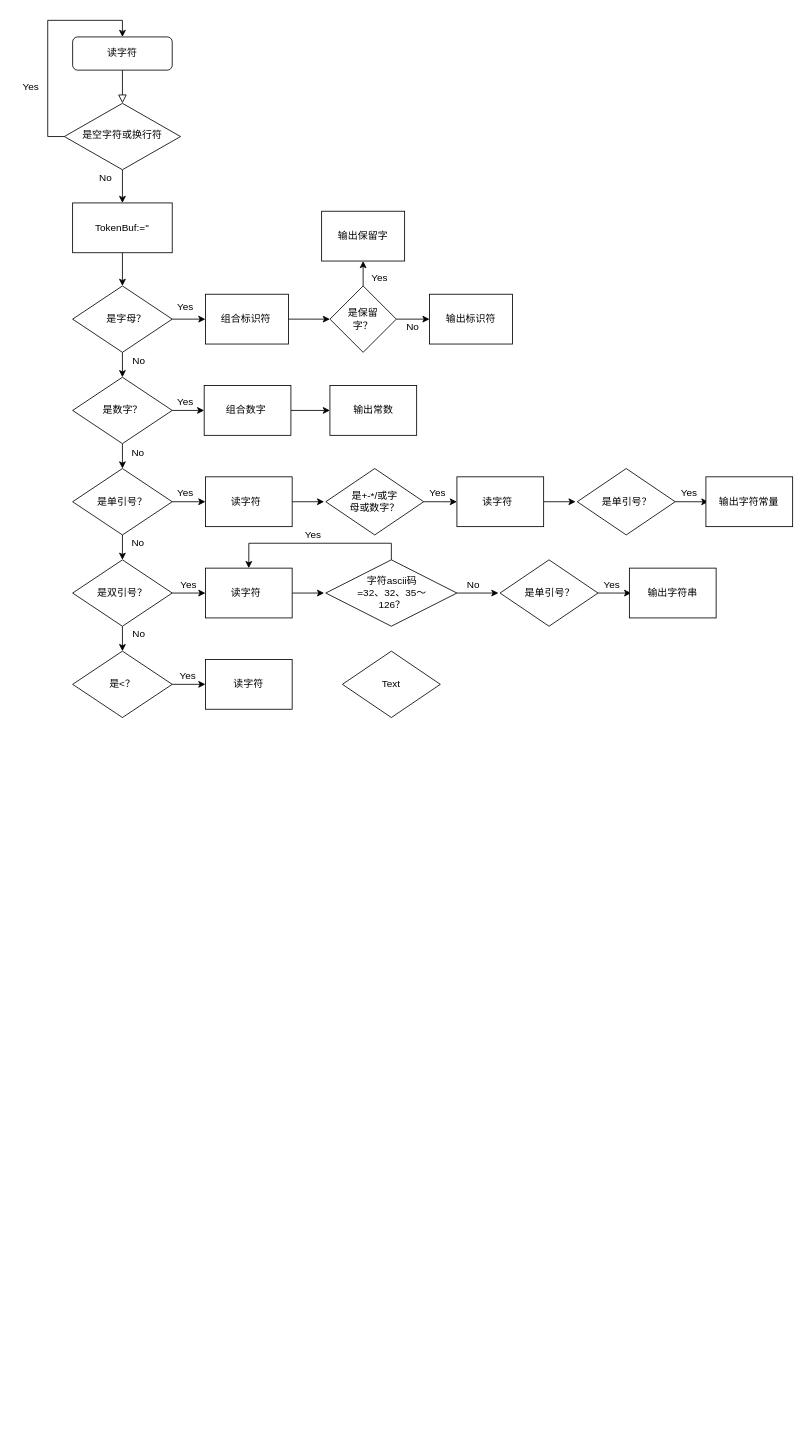
ljh0v0/test keeps this draw.io diagram as Untitled Diagram.drawio. Above is the earlier version. Source tidied: cells renumbered, new cells numbered last; positions are measured from the earlier drawing's top-left corner, leaving out a move shared by most shapes. Both pictures are drawn from the tidied source at 83%, with x=0, y=0 at pixel (14, 20).
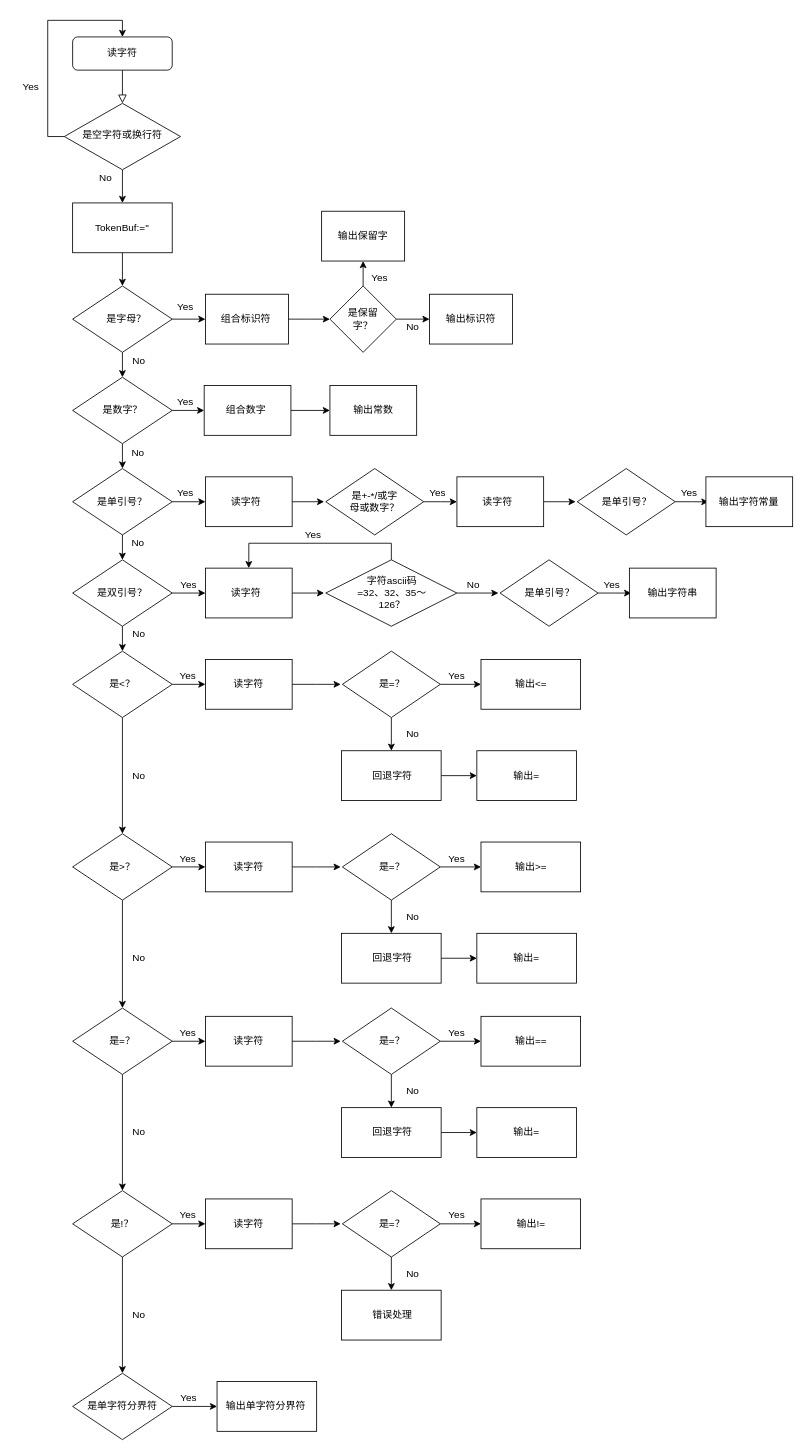
The same diagram, later.

Unchanged cells that the change refers to:
```xml
<mxCell id="84" style="rhombus;whiteSpace=wrap;html=1;" parent="1" vertex="1">
  <mxGeometry x="70" y="760" width="120" height="80" as="geometry" />
</mxCell>
<mxCell id="87" style="rounded=0;whiteSpace=wrap;html=1;" parent="1" vertex="1">
  <mxGeometry x="230" y="770" width="104.5" height="60" as="geometry" />
</mxCell>
<mxCell id="91" style="rhombus;whiteSpace=wrap;html=1;" parent="1" vertex="1">
  <mxGeometry x="395" y="760" width="118" height="80" as="geometry" />
</mxCell>
```

The edit, as a diff of the source:
```diff
@@
+    <mxCell id="93" style="edgeStyle=orthogonalEdgeStyle;rounded=0;jettySize=auto;html=1;exitX=0.5;exitY=1;exitDx=0;exitDy=0;entryX=0.5;entryY=0;entryDx=0;entryDy=0;" parent="1" edge="1" source="84" target="109">
+      <mxGeometry relative="1" as="geometry" />
+    </mxCell>
@@
+    <mxCell id="94" style="edgeStyle=orthogonalEdgeStyle;rounded=0;jettySize=auto;html=1;exitX=1;exitY=0.5;exitDx=0;exitDy=0;" parent="1" edge="1" source="87">
+      <mxGeometry relative="1" as="geometry">
+        <mxPoint x="393" y="800" as="targetPoint" />
+      </mxGeometry>
+    </mxCell>
@@
+    <mxCell id="95" style="edgeStyle=orthogonalEdgeStyle;rounded=0;jettySize=auto;html=1;exitX=1;exitY=0.5;exitDx=0;exitDy=0;entryX=0;entryY=0.5;entryDx=0;entryDy=0;" parent="1" edge="1" source="91" target="98">
+      <mxGeometry relative="1" as="geometry" />
+    </mxCell>
+    <mxCell id="96" style="edgeStyle=orthogonalEdgeStyle;rounded=0;jettySize=auto;html=1;exitX=0.5;exitY=1;exitDx=0;exitDy=0;entryX=0.5;entryY=0;entryDx=0;entryDy=0;" parent="1" edge="1" source="91" target="102">
+      <mxGeometry relative="1" as="geometry" />
+    </mxCell>
@@
-    <mxCell id="92" value="Text" style="text;html=1;strokeColor=none;fillColor=none;align=center;verticalAlign=middle;whiteSpace=wrap;rounded=0;" parent="1" vertex="1">
-      <mxGeometry x="434" y="740" width="40" height="120" as="geometry" />
-    </mxCell>
+    <mxCell id="97" value="是=？" style="text;html=1;strokeColor=none;fillColor=none;align=center;verticalAlign=middle;whiteSpace=wrap;rounded=0;" parent="1" vertex="1">
+      <mxGeometry x="435" y="790" width="40" height="20" as="geometry" />
+    </mxCell>
+    <mxCell id="98" style="rounded=0;whiteSpace=wrap;html=1;" parent="1" vertex="1">
+      <mxGeometry x="562" y="770" width="120" height="60" as="geometry" />
+    </mxCell>
+    <mxCell id="99" value="输出&amp;lt;=" style="text;html=1;strokeColor=none;fillColor=none;align=center;verticalAlign=middle;whiteSpace=wrap;rounded=0;" parent="1" vertex="1">
+      <mxGeometry x="590.5" y="790" width="63" height="20" as="geometry" />
+    </mxCell>
+    <mxCell id="100" value="Yes" style="text;html=1;strokeColor=none;fillColor=none;align=center;verticalAlign=middle;whiteSpace=wrap;rounded=0;" parent="1" vertex="1">
+      <mxGeometry x="513" y="780" width="40" height="20" as="geometry" />
+    </mxCell>
+    <mxCell id="101" style="edgeStyle=orthogonalEdgeStyle;rounded=0;jettySize=auto;html=1;exitX=1;exitY=0.5;exitDx=0;exitDy=0;entryX=0;entryY=0.5;entryDx=0;entryDy=0;" parent="1" edge="1" source="102" target="105">
+      <mxGeometry relative="1" as="geometry" />
+    </mxCell>
+    <mxCell id="102" style="rounded=0;whiteSpace=wrap;html=1;" parent="1" vertex="1">
+      <mxGeometry x="394" y="880" width="120" height="60" as="geometry" />
+    </mxCell>
+    <mxCell id="103" value="回退字符" style="text;html=1;strokeColor=none;fillColor=none;align=center;verticalAlign=middle;whiteSpace=wrap;rounded=0;" parent="1" vertex="1">
+      <mxGeometry x="423.5" y="900" width="63" height="20" as="geometry" />
+    </mxCell>
+    <mxCell id="104" value="No" style="text;html=1;strokeColor=none;fillColor=none;align=center;verticalAlign=middle;whiteSpace=wrap;rounded=0;" parent="1" vertex="1">
+      <mxGeometry x="460" y="850" width="40" height="20" as="geometry" />
+    </mxCell>
+    <mxCell id="105" style="rounded=0;whiteSpace=wrap;html=1;" parent="1" vertex="1">
+      <mxGeometry x="557" y="880" width="120" height="60" as="geometry" />
+    </mxCell>
+    <mxCell id="106" value="输出=" style="text;html=1;strokeColor=none;fillColor=none;align=center;verticalAlign=middle;whiteSpace=wrap;rounded=0;" parent="1" vertex="1">
+      <mxGeometry x="597" y="900" width="40" height="20" as="geometry" />
+    </mxCell>
+    <mxCell id="107" style="edgeStyle=orthogonalEdgeStyle;rounded=0;jettySize=auto;html=1;exitX=1;exitY=0.5;exitDx=0;exitDy=0;entryX=0;entryY=0.5;entryDx=0;entryDy=0;" parent="1" edge="1" source="109" target="112">
+      <mxGeometry relative="1" as="geometry" />
+    </mxCell>
+    <mxCell id="108" style="edgeStyle=orthogonalEdgeStyle;rounded=0;jettySize=auto;html=1;exitX=0.5;exitY=1;exitDx=0;exitDy=0;entryX=0.5;entryY=0;entryDx=0;entryDy=0;" parent="1" edge="1" source="109" target="131">
+      <mxGeometry relative="1" as="geometry" />
+    </mxCell>
+    <mxCell id="109" style="rhombus;whiteSpace=wrap;html=1;" parent="1" vertex="1">
+      <mxGeometry x="70" y="980" width="120" height="80" as="geometry" />
+    </mxCell>
+    <mxCell id="110" value="是&amp;gt;？" style="text;html=1;strokeColor=none;fillColor=none;align=center;verticalAlign=middle;whiteSpace=wrap;rounded=0;" parent="1" vertex="1">
+      <mxGeometry x="95" y="1010" width="70" height="20" as="geometry" />
+    </mxCell>
+    <mxCell id="111" style="edgeStyle=orthogonalEdgeStyle;rounded=0;jettySize=auto;html=1;exitX=1;exitY=0.5;exitDx=0;exitDy=0;" parent="1" edge="1" source="112">
+      <mxGeometry relative="1" as="geometry">
+        <mxPoint x="393" y="1020" as="targetPoint" />
+      </mxGeometry>
+    </mxCell>
+    <mxCell id="112" style="rounded=0;whiteSpace=wrap;html=1;" parent="1" vertex="1">
+      <mxGeometry x="230" y="990" width="104.5" height="60" as="geometry" />
+    </mxCell>
+    <mxCell id="113" value="读字符" style="text;html=1;strokeColor=none;fillColor=none;align=center;verticalAlign=middle;whiteSpace=wrap;rounded=0;" parent="1" vertex="1">
+      <mxGeometry x="262.2" y="1010" width="40" height="20" as="geometry" />
+    </mxCell>
+    <mxCell id="114" value="Yes" style="text;html=1;strokeColor=none;fillColor=none;align=center;verticalAlign=middle;whiteSpace=wrap;rounded=0;" parent="1" vertex="1">
+      <mxGeometry x="188.5" y="1000" width="40" height="20" as="geometry" />
+    </mxCell>
+    <mxCell id="115" style="edgeStyle=orthogonalEdgeStyle;rounded=0;jettySize=auto;html=1;exitX=1;exitY=0.5;exitDx=0;exitDy=0;entryX=0;entryY=0.5;entryDx=0;entryDy=0;" parent="1" edge="1" source="117" target="119">
+      <mxGeometry relative="1" as="geometry" />
+    </mxCell>
+    <mxCell id="116" style="edgeStyle=orthogonalEdgeStyle;rounded=0;jettySize=auto;html=1;exitX=0.5;exitY=1;exitDx=0;exitDy=0;entryX=0.5;entryY=0;entryDx=0;entryDy=0;" parent="1" edge="1" source="117" target="123">
+      <mxGeometry relative="1" as="geometry" />
+    </mxCell>
+    <mxCell id="117" style="rhombus;whiteSpace=wrap;html=1;" parent="1" vertex="1">
+      <mxGeometry x="395" y="980" width="118" height="80" as="geometry" />
+    </mxCell>
+    <mxCell id="118" value="是=？" style="text;html=1;strokeColor=none;fillColor=none;align=center;verticalAlign=middle;whiteSpace=wrap;rounded=0;" parent="1" vertex="1">
+      <mxGeometry x="435" y="1010" width="40" height="20" as="geometry" />
+    </mxCell>
+    <mxCell id="119" style="rounded=0;whiteSpace=wrap;html=1;" parent="1" vertex="1">
+      <mxGeometry x="562" y="990" width="120" height="60" as="geometry" />
+    </mxCell>
+    <mxCell id="120" value="输出&amp;gt;=" style="text;html=1;strokeColor=none;fillColor=none;align=center;verticalAlign=middle;whiteSpace=wrap;rounded=0;" parent="1" vertex="1">
+      <mxGeometry x="590.5" y="1010" width="63" height="20" as="geometry" />
+    </mxCell>
+    <mxCell id="121" value="Yes" style="text;html=1;strokeColor=none;fillColor=none;align=center;verticalAlign=middle;whiteSpace=wrap;rounded=0;" parent="1" vertex="1">
+      <mxGeometry x="513" y="1000" width="40" height="20" as="geometry" />
+    </mxCell>
+    <mxCell id="122" style="edgeStyle=orthogonalEdgeStyle;rounded=0;jettySize=auto;html=1;exitX=1;exitY=0.5;exitDx=0;exitDy=0;entryX=0;entryY=0.5;entryDx=0;entryDy=0;" parent="1" edge="1" source="123" target="126">
+      <mxGeometry relative="1" as="geometry" />
+    </mxCell>
+    <mxCell id="123" style="rounded=0;whiteSpace=wrap;html=1;" parent="1" vertex="1">
+      <mxGeometry x="394" y="1100" width="120" height="60" as="geometry" />
+    </mxCell>
+    <mxCell id="124" value="回退字符" style="text;html=1;strokeColor=none;fillColor=none;align=center;verticalAlign=middle;whiteSpace=wrap;rounded=0;" parent="1" vertex="1">
+      <mxGeometry x="423.5" y="1120" width="63" height="20" as="geometry" />
+    </mxCell>
+    <mxCell id="125" value="No" style="text;html=1;strokeColor=none;fillColor=none;align=center;verticalAlign=middle;whiteSpace=wrap;rounded=0;" parent="1" vertex="1">
+      <mxGeometry x="460" y="1070" width="40" height="20" as="geometry" />
+    </mxCell>
+    <mxCell id="126" style="rounded=0;whiteSpace=wrap;html=1;" parent="1" vertex="1">
+      <mxGeometry x="557" y="1100" width="120" height="60" as="geometry" />
+    </mxCell>
+    <mxCell id="127" value="输出=" style="text;html=1;strokeColor=none;fillColor=none;align=center;verticalAlign=middle;whiteSpace=wrap;rounded=0;" parent="1" vertex="1">
+      <mxGeometry x="597" y="1120" width="40" height="20" as="geometry" />
+    </mxCell>
+    <mxCell id="128" value="No" style="text;html=1;strokeColor=none;fillColor=none;align=center;verticalAlign=middle;whiteSpace=wrap;rounded=0;" parent="1" vertex="1">
+      <mxGeometry x="130" y="900" width="40" height="20" as="geometry" />
+    </mxCell>
+    <mxCell id="129" style="edgeStyle=orthogonalEdgeStyle;rounded=0;jettySize=auto;html=1;exitX=1;exitY=0.5;exitDx=0;exitDy=0;entryX=0;entryY=0.5;entryDx=0;entryDy=0;" parent="1" edge="1" source="131" target="134">
+      <mxGeometry relative="1" as="geometry" />
+    </mxCell>
+    <mxCell id="130" style="edgeStyle=orthogonalEdgeStyle;rounded=0;jettySize=auto;html=1;exitX=0.5;exitY=1;exitDx=0;exitDy=0;entryX=0.5;entryY=0;entryDx=0;entryDy=0;" parent="1" edge="1" source="131" target="153">
+      <mxGeometry relative="1" as="geometry" />
+    </mxCell>
+    <mxCell id="131" style="rhombus;whiteSpace=wrap;html=1;" parent="1" vertex="1">
+      <mxGeometry x="70" y="1190" width="120" height="80" as="geometry" />
+    </mxCell>
+    <mxCell id="132" value="是=？" style="text;html=1;strokeColor=none;fillColor=none;align=center;verticalAlign=middle;whiteSpace=wrap;rounded=0;" parent="1" vertex="1">
+      <mxGeometry x="95" y="1220" width="70" height="20" as="geometry" />
+    </mxCell>
+    <mxCell id="133" style="edgeStyle=orthogonalEdgeStyle;rounded=0;jettySize=auto;html=1;exitX=1;exitY=0.5;exitDx=0;exitDy=0;" parent="1" edge="1" source="134">
+      <mxGeometry relative="1" as="geometry">
+        <mxPoint x="393" y="1230" as="targetPoint" />
+      </mxGeometry>
+    </mxCell>
+    <mxCell id="134" style="rounded=0;whiteSpace=wrap;html=1;" parent="1" vertex="1">
+      <mxGeometry x="230" y="1200" width="104.5" height="60" as="geometry" />
+    </mxCell>
+    <mxCell id="135" value="读字符" style="text;html=1;strokeColor=none;fillColor=none;align=center;verticalAlign=middle;whiteSpace=wrap;rounded=0;" parent="1" vertex="1">
+      <mxGeometry x="262.2" y="1220" width="40" height="20" as="geometry" />
+    </mxCell>
+    <mxCell id="136" value="Yes" style="text;html=1;strokeColor=none;fillColor=none;align=center;verticalAlign=middle;whiteSpace=wrap;rounded=0;" parent="1" vertex="1">
+      <mxGeometry x="188.5" y="1210" width="40" height="20" as="geometry" />
+    </mxCell>
+    <mxCell id="137" style="edgeStyle=orthogonalEdgeStyle;rounded=0;jettySize=auto;html=1;exitX=1;exitY=0.5;exitDx=0;exitDy=0;entryX=0;entryY=0.5;entryDx=0;entryDy=0;" parent="1" edge="1" source="139" target="141">
+      <mxGeometry relative="1" as="geometry" />
+    </mxCell>
+    <mxCell id="138" style="edgeStyle=orthogonalEdgeStyle;rounded=0;jettySize=auto;html=1;exitX=0.5;exitY=1;exitDx=0;exitDy=0;entryX=0.5;entryY=0;entryDx=0;entryDy=0;" parent="1" edge="1" source="139" target="145">
+      <mxGeometry relative="1" as="geometry" />
+    </mxCell>
+    <mxCell id="139" style="rhombus;whiteSpace=wrap;html=1;" parent="1" vertex="1">
+      <mxGeometry x="395" y="1190" width="118" height="80" as="geometry" />
+    </mxCell>
+    <mxCell id="140" value="是=？" style="text;html=1;strokeColor=none;fillColor=none;align=center;verticalAlign=middle;whiteSpace=wrap;rounded=0;" parent="1" vertex="1">
+      <mxGeometry x="435" y="1220" width="40" height="20" as="geometry" />
+    </mxCell>
+    <mxCell id="141" style="rounded=0;whiteSpace=wrap;html=1;" parent="1" vertex="1">
+      <mxGeometry x="562" y="1200" width="120" height="60" as="geometry" />
+    </mxCell>
+    <mxCell id="142" value="输出==" style="text;html=1;strokeColor=none;fillColor=none;align=center;verticalAlign=middle;whiteSpace=wrap;rounded=0;" parent="1" vertex="1">
+      <mxGeometry x="590.5" y="1220" width="63" height="20" as="geometry" />
+    </mxCell>
+    <mxCell id="143" value="Yes" style="text;html=1;strokeColor=none;fillColor=none;align=center;verticalAlign=middle;whiteSpace=wrap;rounded=0;" parent="1" vertex="1">
+      <mxGeometry x="513" y="1210" width="40" height="20" as="geometry" />
+    </mxCell>
+    <mxCell id="144" style="edgeStyle=orthogonalEdgeStyle;rounded=0;jettySize=auto;html=1;exitX=1;exitY=0.5;exitDx=0;exitDy=0;entryX=0;entryY=0.5;entryDx=0;entryDy=0;" parent="1" edge="1" source="145" target="148">
+      <mxGeometry relative="1" as="geometry" />
+    </mxCell>
+    <mxCell id="145" style="rounded=0;whiteSpace=wrap;html=1;" parent="1" vertex="1">
+      <mxGeometry x="394" y="1310" width="120" height="60" as="geometry" />
+    </mxCell>
+    <mxCell id="146" value="回退字符" style="text;html=1;strokeColor=none;fillColor=none;align=center;verticalAlign=middle;whiteSpace=wrap;rounded=0;" parent="1" vertex="1">
+      <mxGeometry x="423.5" y="1330" width="63" height="20" as="geometry" />
+    </mxCell>
+    <mxCell id="147" value="No" style="text;html=1;strokeColor=none;fillColor=none;align=center;verticalAlign=middle;whiteSpace=wrap;rounded=0;" parent="1" vertex="1">
+      <mxGeometry x="460" y="1280" width="40" height="20" as="geometry" />
+    </mxCell>
+    <mxCell id="148" style="rounded=0;whiteSpace=wrap;html=1;" parent="1" vertex="1">
+      <mxGeometry x="557" y="1310" width="120" height="60" as="geometry" />
+    </mxCell>
+    <mxCell id="149" value="输出=" style="text;html=1;strokeColor=none;fillColor=none;align=center;verticalAlign=middle;whiteSpace=wrap;rounded=0;" parent="1" vertex="1">
+      <mxGeometry x="597" y="1330" width="40" height="20" as="geometry" />
+    </mxCell>
+    <mxCell id="150" value="No" style="text;html=1;strokeColor=none;fillColor=none;align=center;verticalAlign=middle;whiteSpace=wrap;rounded=0;" parent="1" vertex="1">
+      <mxGeometry x="130" y="1120" width="40" height="20" as="geometry" />
+    </mxCell>
+    <mxCell id="151" style="edgeStyle=orthogonalEdgeStyle;rounded=0;jettySize=auto;html=1;exitX=1;exitY=0.5;exitDx=0;exitDy=0;entryX=0;entryY=0.5;entryDx=0;entryDy=0;" parent="1" edge="1" source="153" target="156">
+      <mxGeometry relative="1" as="geometry" />
+    </mxCell>
+    <mxCell id="152" style="edgeStyle=orthogonalEdgeStyle;rounded=0;jettySize=auto;html=1;exitX=0.5;exitY=1;exitDx=0;exitDy=0;entryX=0.5;entryY=0;entryDx=0;entryDy=0;" parent="1" edge="1" source="153" target="171">
+      <mxGeometry relative="1" as="geometry" />
+    </mxCell>
+    <mxCell id="153" style="rhombus;whiteSpace=wrap;html=1;" parent="1" vertex="1">
+      <mxGeometry x="70" y="1410" width="120" height="80" as="geometry" />
+    </mxCell>
+    <mxCell id="154" value="是!？" style="text;html=1;strokeColor=none;fillColor=none;align=center;verticalAlign=middle;whiteSpace=wrap;rounded=0;" parent="1" vertex="1">
+      <mxGeometry x="95" y="1440" width="70" height="20" as="geometry" />
+    </mxCell>
+    <mxCell id="155" style="edgeStyle=orthogonalEdgeStyle;rounded=0;jettySize=auto;html=1;exitX=1;exitY=0.5;exitDx=0;exitDy=0;" parent="1" edge="1" source="156">
+      <mxGeometry relative="1" as="geometry">
+        <mxPoint x="393" y="1450" as="targetPoint" />
+      </mxGeometry>
+    </mxCell>
+    <mxCell id="156" style="rounded=0;whiteSpace=wrap;html=1;" parent="1" vertex="1">
+      <mxGeometry x="230" y="1420" width="104.5" height="60" as="geometry" />
+    </mxCell>
+    <mxCell id="157" value="读字符" style="text;html=1;strokeColor=none;fillColor=none;align=center;verticalAlign=middle;whiteSpace=wrap;rounded=0;" parent="1" vertex="1">
+      <mxGeometry x="262.2" y="1440" width="40" height="20" as="geometry" />
+    </mxCell>
+    <mxCell id="158" value="Yes" style="text;html=1;strokeColor=none;fillColor=none;align=center;verticalAlign=middle;whiteSpace=wrap;rounded=0;" parent="1" vertex="1">
+      <mxGeometry x="188.5" y="1430" width="40" height="20" as="geometry" />
+    </mxCell>
+    <mxCell id="159" style="edgeStyle=orthogonalEdgeStyle;rounded=0;jettySize=auto;html=1;exitX=1;exitY=0.5;exitDx=0;exitDy=0;entryX=0;entryY=0.5;entryDx=0;entryDy=0;" parent="1" edge="1" source="161" target="163">
+      <mxGeometry relative="1" as="geometry" />
+    </mxCell>
+    <mxCell id="160" style="edgeStyle=orthogonalEdgeStyle;rounded=0;jettySize=auto;html=1;exitX=0.5;exitY=1;exitDx=0;exitDy=0;entryX=0.5;entryY=0;entryDx=0;entryDy=0;" parent="1" edge="1" source="161" target="166">
+      <mxGeometry relative="1" as="geometry" />
+    </mxCell>
+    <mxCell id="161" style="rhombus;whiteSpace=wrap;html=1;" parent="1" vertex="1">
+      <mxGeometry x="395" y="1410" width="118" height="80" as="geometry" />
+    </mxCell>
+    <mxCell id="162" value="是=？" style="text;html=1;strokeColor=none;fillColor=none;align=center;verticalAlign=middle;whiteSpace=wrap;rounded=0;" parent="1" vertex="1">
+      <mxGeometry x="435" y="1440" width="40" height="20" as="geometry" />
+    </mxCell>
+    <mxCell id="163" style="rounded=0;whiteSpace=wrap;html=1;" parent="1" vertex="1">
+      <mxGeometry x="562" y="1420" width="120" height="60" as="geometry" />
+    </mxCell>
+    <mxCell id="164" value="输出!=" style="text;html=1;strokeColor=none;fillColor=none;align=center;verticalAlign=middle;whiteSpace=wrap;rounded=0;" parent="1" vertex="1">
+      <mxGeometry x="590.5" y="1440" width="63" height="20" as="geometry" />
+    </mxCell>
+    <mxCell id="165" value="Yes" style="text;html=1;strokeColor=none;fillColor=none;align=center;verticalAlign=middle;whiteSpace=wrap;rounded=0;" parent="1" vertex="1">
+      <mxGeometry x="513" y="1430" width="40" height="20" as="geometry" />
+    </mxCell>
+    <mxCell id="166" style="rounded=0;whiteSpace=wrap;html=1;" parent="1" vertex="1">
+      <mxGeometry x="394" y="1530" width="120" height="60" as="geometry" />
+    </mxCell>
+    <mxCell id="167" value="错误处理" style="text;html=1;strokeColor=none;fillColor=none;align=center;verticalAlign=middle;whiteSpace=wrap;rounded=0;" parent="1" vertex="1">
+      <mxGeometry x="423.5" y="1550" width="63" height="20" as="geometry" />
+    </mxCell>
+    <mxCell id="168" value="No" style="text;html=1;strokeColor=none;fillColor=none;align=center;verticalAlign=middle;whiteSpace=wrap;rounded=0;" parent="1" vertex="1">
+      <mxGeometry x="460" y="1500" width="40" height="20" as="geometry" />
+    </mxCell>
+    <mxCell id="169" value="No" style="text;html=1;strokeColor=none;fillColor=none;align=center;verticalAlign=middle;whiteSpace=wrap;rounded=0;" parent="1" vertex="1">
+      <mxGeometry x="130" y="1330" width="40" height="20" as="geometry" />
+    </mxCell>
+    <mxCell id="170" style="edgeStyle=orthogonalEdgeStyle;rounded=0;jettySize=auto;html=1;exitX=1;exitY=0.5;exitDx=0;exitDy=0;entryX=0;entryY=0.5;entryDx=0;entryDy=0;" parent="1" edge="1" source="171" target="174">
+      <mxGeometry relative="1" as="geometry" />
+    </mxCell>
+    <mxCell id="171" style="rhombus;whiteSpace=wrap;html=1;" parent="1" vertex="1">
+      <mxGeometry x="70" y="1630" width="120" height="80" as="geometry" />
+    </mxCell>
+    <mxCell id="172" value="是单字符分界符" style="text;html=1;strokeColor=none;fillColor=none;align=center;verticalAlign=middle;whiteSpace=wrap;rounded=0;" parent="1" vertex="1">
+      <mxGeometry x="85" y="1660" width="90" height="20" as="geometry" />
+    </mxCell>
+    <mxCell id="173" value="No" style="text;html=1;strokeColor=none;fillColor=none;align=center;verticalAlign=middle;whiteSpace=wrap;rounded=0;" parent="1" vertex="1">
+      <mxGeometry x="130" y="1550" width="40" height="20" as="geometry" />
+    </mxCell>
+    <mxCell id="174" style="rounded=0;whiteSpace=wrap;html=1;" parent="1" vertex="1">
+      <mxGeometry x="244" y="1640" width="120" height="60" as="geometry" />
+    </mxCell>
+    <mxCell id="175" value="输出单字符分界符" style="text;html=1;strokeColor=none;fillColor=none;align=center;verticalAlign=middle;whiteSpace=wrap;rounded=0;" parent="1" vertex="1">
+      <mxGeometry x="253" y="1660" width="100" height="20" as="geometry" />
+    </mxCell>
+    <mxCell id="176" value="Yes" style="text;html=1;strokeColor=none;fillColor=none;align=center;verticalAlign=middle;whiteSpace=wrap;rounded=0;" parent="1" vertex="1">
+      <mxGeometry x="190" y="1650" width="40" height="20" as="geometry" />
+    </mxCell>
```
